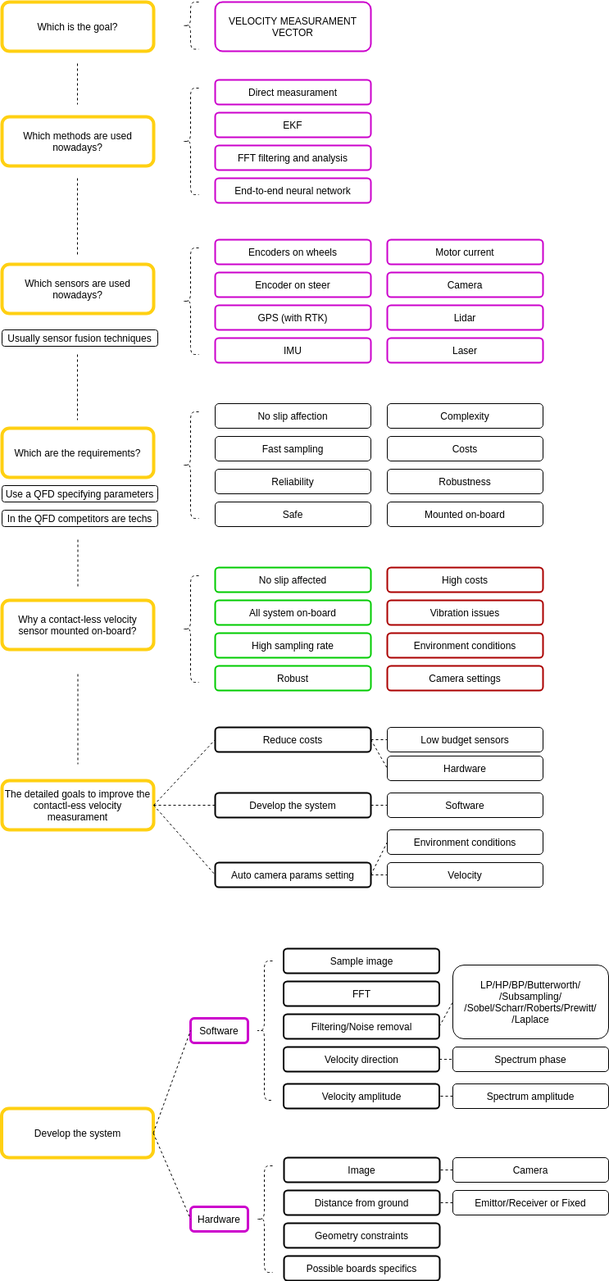
Before: flow.png, a diagram exported from draw.io (MatteoSpadetto/race_dv_velocity). Source tidied: cells renumbered, new cells last; positions are measured from the earlier drawing's top-left corner, leaving out a move shared by most shapes.
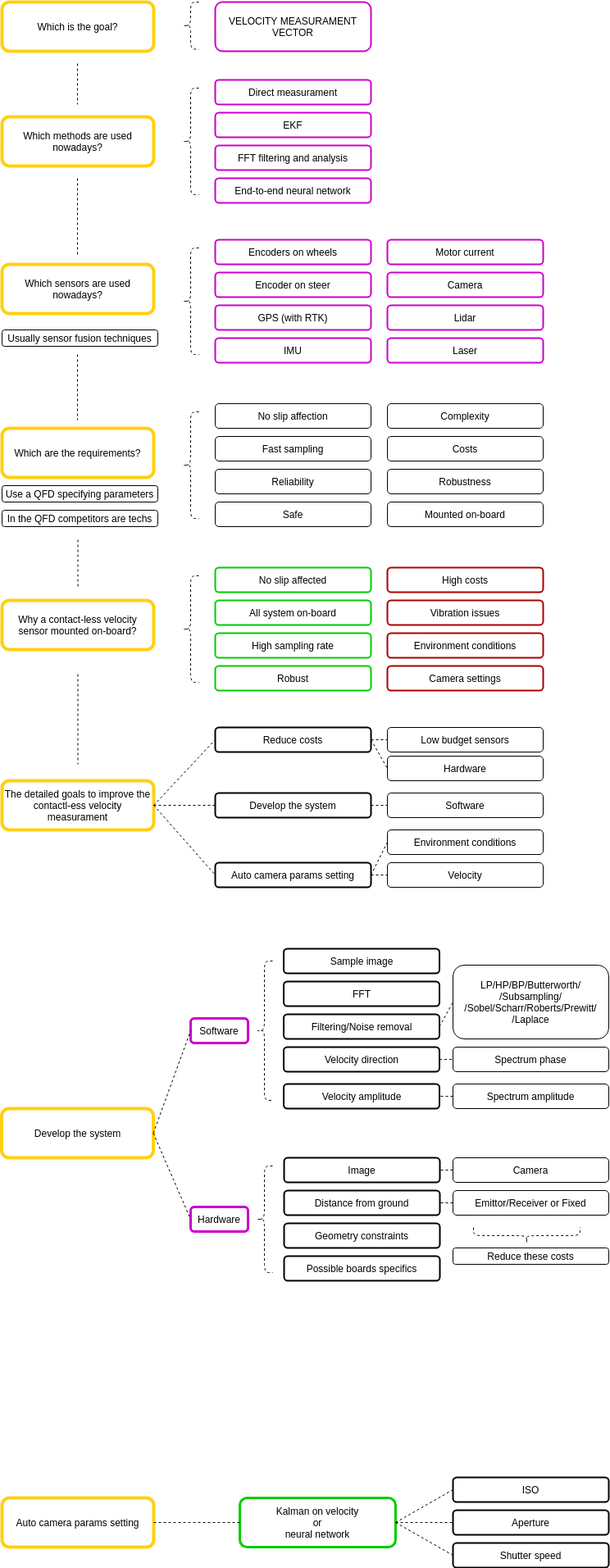
The same diagram one commit later.

What changed in the source:
```diff
@@ -272,5 +272,38 @@
     <mxCell id="91" style="shape=curlyBracket;whiteSpace=wrap;html=1;rounded=1;strokeWidth=1;dashed=1;strokeColor=#000000;" parent="1" vertex="1">
       <mxGeometry x="310" y="1420" width="20" height="130" as="geometry" />
     </mxCell>
+    <mxCell id="92" style="shape=curlyBracket;whiteSpace=wrap;html=1;rounded=1;strokeWidth=1;dashed=1;strokeColor=#000000;size=0.5;rotation=-90;" parent="1" vertex="1">
+      <mxGeometry x="630" y="1440" width="20" height="130" as="geometry" />
+    </mxCell>
+    <mxCell id="93" value="Reduce these costs" style="whiteSpace=wrap;html=1;rounded=1;" parent="1" vertex="1">
+      <mxGeometry x="550" y="1520" width="190" height="20" as="geometry" />
+    </mxCell>
+    <mxCell id="94" value="Auto camera params setting" style="whiteSpace=wrap;html=1;rounded=1;strokeWidth=4;strokeColor=#FFD012;" parent="1" vertex="1">
+      <mxGeometry y="1825" width="185" height="60" as="geometry" />
+    </mxCell>
+    <mxCell id="95" value="ISO" style="whiteSpace=wrap;html=1;rounded=1;strokeWidth=2;" parent="1" vertex="1">
+      <mxGeometry x="550" y="1800" width="190" height="30" as="geometry" />
+    </mxCell>
+    <mxCell id="96" value="Aperture" style="whiteSpace=wrap;html=1;rounded=1;strokeWidth=2;" parent="1" vertex="1">
+      <mxGeometry x="550" y="1840" width="190" height="30" as="geometry" />
+    </mxCell>
+    <mxCell id="97" value="Shutter speed" style="whiteSpace=wrap;html=1;rounded=1;strokeWidth=2;" parent="1" vertex="1">
+      <mxGeometry x="550" y="1880" width="190" height="30" as="geometry" />
+    </mxCell>
+    <mxCell id="98" value="Kalman on velocity&lt;br&gt;or&lt;br&gt;neural network" style="whiteSpace=wrap;html=1;rounded=1;strokeWidth=3;strokeColor=#00CC00;" parent="1" vertex="1">
+      <mxGeometry x="290" y="1825" width="190" height="60" as="geometry" />
+    </mxCell>
+    <mxCell id="99" style="endArrow=none;dashed=1;html=1;exitX=1;exitY=0.5;exitDx=0;exitDy=0;entryX=0;entryY=0.5;entryDx=0;entryDy=0;strokeColor=#000000;" parent="1" edge="1" source="94" target="98">
+      <mxGeometry relative="1" as="geometry" />
+    </mxCell>
+    <mxCell id="100" style="endArrow=none;dashed=1;html=1;exitX=1;exitY=0.5;exitDx=0;exitDy=0;entryX=0;entryY=0.5;entryDx=0;entryDy=0;strokeColor=#000000;" parent="1" edge="1" source="98" target="95">
+      <mxGeometry relative="1" as="geometry" />
+    </mxCell>
+    <mxCell id="101" style="endArrow=none;dashed=1;html=1;exitX=1;exitY=0.5;exitDx=0;exitDy=0;entryX=0;entryY=0.5;entryDx=0;entryDy=0;strokeColor=#000000;" parent="1" edge="1" source="98" target="96">
+      <mxGeometry relative="1" as="geometry" />
+    </mxCell>
+    <mxCell id="102" style="endArrow=none;dashed=1;html=1;exitX=1;exitY=0.5;exitDx=0;exitDy=0;entryX=0;entryY=0.5;entryDx=0;entryDy=0;strokeColor=#000000;" parent="1" edge="1" source="98" target="97">
+      <mxGeometry relative="1" as="geometry" />
+    </mxCell>
   </root>
 </mxGraphModel>
```
